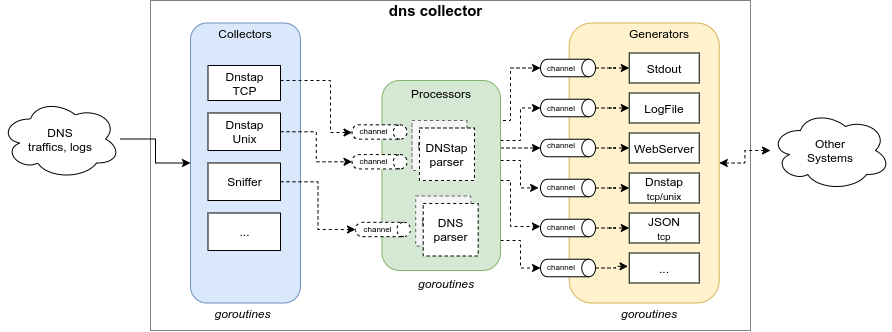
dmachard/go-dnscollector keeps this draw.io diagram as doc/overview.png. Above is the earlier version. Source tidied: cells renumbered, new cells last; positions are measured from the earlier drawing's top-left corner, leaving out a move shared by most shapes.
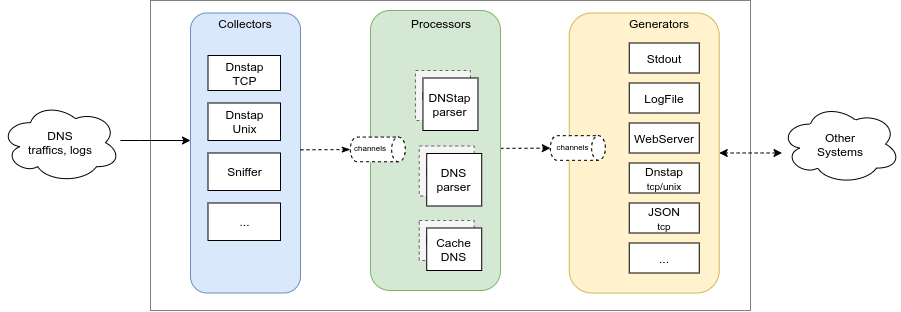
After the change.

Change to the diagram source:
```diff
@@ -3,11 +3,8 @@
     <mxCell id="0" />
     <mxCell id="1" parent="0" />
     <mxCell id="2" style="rounded=0;whiteSpace=wrap;html=1;dashed=1;dashPattern=1 1;" parent="1" vertex="1">
-      <mxGeometry x="150" width="600" height="330" as="geometry" />
+      <mxGeometry x="150" y="10" width="600" height="310" as="geometry" />
     </mxCell>
-    <mxCell id="3" value="&lt;b style=&quot;font-size: 15px&quot;&gt;dns collector&lt;/b&gt;" style="text;html=1;strokeColor=none;fillColor=none;align=center;verticalAlign=middle;whiteSpace=wrap;rounded=0;" parent="1" vertex="1">
-      <mxGeometry x="378" width="115" height="20" as="geometry" />
-    </mxCell>
     <mxCell id="4" style="rounded=1;whiteSpace=wrap;html=1;fillColor=#dae8fc;strokeColor=#6c8ebf;" parent="1" vertex="1">
       <mxGeometry x="190" y="22.5" width="110" height="280" as="geometry" />
     </mxCell>
@@ -36,16 +33,25 @@
       <mxGeometry x="628.8" y="172.5" width="70" height="30" as="geometry" />
     </mxCell>
     <mxCell id="13" style="edgeStyle=orthogonalEdgeStyle;rounded=0;jettySize=auto;html=1;" parent="1" edge="1" source="14" target="4">
-      <mxGeometry relative="1" as="geometry" />
+      <mxGeometry relative="1" as="geometry">
+        <Array as="points">
+          <mxPoint x="140" y="150" />
+          <mxPoint x="140" y="150" />
+        </Array>
+      </mxGeometry>
     </mxCell>
     <mxCell id="14" value="DNS&lt;br&gt;traffics, logs" style="ellipse;shape=cloud;whiteSpace=wrap;html=1;" parent="1" vertex="1">
-      <mxGeometry y="98.5" width="120" height="80" as="geometry" />
+      <mxGeometry y="112.2" width="120" height="80" as="geometry" />
     </mxCell>
     <mxCell id="15" style="edgeStyle=orthogonalEdgeStyle;rounded=0;jettySize=auto;html=1;entryX=1;entryY=0.5;entryDx=0;entryDy=0;startArrow=classic;startFill=1;dashed=1;" parent="1" edge="1" source="16" target="6">
-      <mxGeometry relative="1" as="geometry" />
+      <mxGeometry relative="1" as="geometry">
+        <Array as="points">
+          <mxPoint x="754" y="163" />
+        </Array>
+      </mxGeometry>
     </mxCell>
     <mxCell id="16" value="Other&lt;br&gt;Systems" style="ellipse;shape=cloud;whiteSpace=wrap;html=1;" parent="1" vertex="1">
-      <mxGeometry x="770" y="110" width="120" height="80" as="geometry" />
+      <mxGeometry x="780" y="113.6" width="120" height="80" as="geometry" />
     </mxCell>
     <mxCell id="17" value="..." style="rounded=0;whiteSpace=wrap;html=1;" parent="1" vertex="1">
       <mxGeometry x="628.8" y="252.5" width="70" height="30" as="geometry" />
@@ -53,197 +59,73 @@
     <mxCell id="18" value="JSON&lt;br&gt;&lt;font style=&quot;font-size: 10px&quot;&gt;tcp&lt;/font&gt;" style="rounded=0;whiteSpace=wrap;html=1;" parent="1" vertex="1">
       <mxGeometry x="628.8" y="212.5" width="70" height="30" as="geometry" />
     </mxCell>
-    <mxCell id="19" style="edgeStyle=orthogonalEdgeStyle;rounded=0;jettySize=auto;html=1;entryX=0.5;entryY=1;entryDx=0;entryDy=0;entryPerimeter=0;dashed=1;" parent="1" edge="1" source="25" target="35">
+    <mxCell id="19" style="edgeStyle=orthogonalEdgeStyle;rounded=0;jettySize=auto;html=1;dashed=1;" parent="1" edge="1" target="74">
       <mxGeometry relative="1" as="geometry">
+        <mxPoint x="500" y="157.8" as="sourcePoint" />
         <Array as="points">
-          <mxPoint x="520" y="140" />
-          <mxPoint x="520" y="108" />
+          <mxPoint x="520" y="157.8" />
+          <mxPoint x="520" y="157.8" />
         </Array>
       </mxGeometry>
     </mxCell>
-    <mxCell id="20" style="edgeStyle=orthogonalEdgeStyle;rounded=0;jettySize=auto;html=1;entryX=0.495;entryY=1.035;entryDx=0;entryDy=0;entryPerimeter=0;dashed=1;" parent="1" edge="1" source="25" target="39">
-      <mxGeometry relative="1" as="geometry">
-        <Array as="points">
-          <mxPoint x="520" y="160" />
-          <mxPoint x="520" y="187" />
-        </Array>
-      </mxGeometry>
-    </mxCell>
-    <mxCell id="21" style="edgeStyle=orthogonalEdgeStyle;rounded=0;jettySize=auto;html=1;entryX=0.5;entryY=1;entryDx=0;entryDy=0;entryPerimeter=0;dashed=1;" parent="1" edge="1" source="25" target="37">
-      <mxGeometry relative="1" as="geometry">
-        <Array as="points">
-          <mxPoint x="518" y="148" />
-        </Array>
-      </mxGeometry>
-    </mxCell>
-    <mxCell id="22" style="edgeStyle=orthogonalEdgeStyle;rounded=0;jettySize=auto;html=1;entryX=0.5;entryY=1;entryDx=0;entryDy=0;entryPerimeter=0;dashed=1;" parent="1" edge="1" source="25" target="43">
-      <mxGeometry relative="1" as="geometry">
-        <Array as="points">
-          <mxPoint x="520" y="240" />
-          <mxPoint x="520" y="268" />
-        </Array>
-      </mxGeometry>
-    </mxCell>
-    <mxCell id="23" style="edgeStyle=orthogonalEdgeStyle;rounded=0;jettySize=auto;html=1;entryX=0.416;entryY=1.001;entryDx=0;entryDy=0;entryPerimeter=0;dashed=1;" parent="1" edge="1" source="25" target="41">
-      <mxGeometry relative="1" as="geometry">
-        <Array as="points">
-          <mxPoint x="510" y="180" />
-          <mxPoint x="510" y="226" />
-        </Array>
-      </mxGeometry>
-    </mxCell>
-    <mxCell id="24" style="edgeStyle=orthogonalEdgeStyle;rounded=0;jettySize=auto;html=1;entryX=0.5;entryY=1;entryDx=0;entryDy=0;entryPerimeter=0;dashed=1;startArrow=none;exitX=1;exitY=0.25;exitDx=0;exitDy=0;" parent="1" edge="1" source="25" target="32">
-      <mxGeometry relative="1" as="geometry">
-        <Array as="points">
-          <mxPoint x="490" y="120" />
-          <mxPoint x="510" y="120" />
-          <mxPoint x="510" y="68" />
-        </Array>
-      </mxGeometry>
-    </mxCell>
     <mxCell id="25" style="rounded=1;whiteSpace=wrap;html=1;fillColor=#d5e8d4;strokeColor=#82b366;" parent="1" vertex="1">
-      <mxGeometry x="381.5" y="80" width="118.5" height="190" as="geometry" />
+      <mxGeometry x="370" y="20" width="130" height="280" as="geometry" />
     </mxCell>
     <mxCell id="26" value="Processors" style="text;html=1;strokeColor=none;fillColor=none;align=center;verticalAlign=middle;whiteSpace=wrap;rounded=0;" parent="1" vertex="1">
-      <mxGeometry x="420.7" y="82.5" width="40" height="20" as="geometry" />
+      <mxGeometry x="420.7" y="22.5" width="40" height="20" as="geometry" />
     </mxCell>
     <mxCell id="27" value="DNStap" style="rounded=0;whiteSpace=wrap;html=1;fillColor=#f5f5f5;strokeColor=#666666;fontColor=#333333;dashed=1;" parent="1" vertex="1">
-      <mxGeometry x="411.5" y="120" width="55" height="50" as="geometry" />
+      <mxGeometry x="415" y="80" width="55" height="50" as="geometry" />
     </mxCell>
-    <mxCell id="28" style="edgeStyle=orthogonalEdgeStyle;rounded=0;jettySize=auto;html=1;entryX=0.5;entryY=1;entryDx=0;entryDy=0;entryPerimeter=0;dashed=1;" parent="1" edge="1" source="29" target="60">
-      <mxGeometry relative="1" as="geometry" />
-    </mxCell>
     <mxCell id="29" value="Dnstap&lt;br&gt;Unix" style="rounded=0;whiteSpace=wrap;html=1;" parent="1" vertex="1">
       <mxGeometry x="207.5" y="112.5" width="72.5" height="37.5" as="geometry" />
     </mxCell>
-    <mxCell id="30" style="group;" parent="1" vertex="1">
-      <mxGeometry x="540" y="58.5" width="55" height="17.8" as="geometry" />
-    </mxCell>
-    <mxCell id="31" style="group;" parent="30" vertex="1">
-      <mxGeometry width="55" height="17.8" as="geometry" />
-    </mxCell>
-    <mxCell id="32" style="shape=cylinder3;whiteSpace=wrap;html=1;boundedLbl=1;backgroundOutline=1;size=6.85714285714289;rotation=90;" parent="31" vertex="1">
-      <mxGeometry x="18.8" y="-18.5" width="17.5" height="55" as="geometry" />
-    </mxCell>
-    <mxCell id="33" value="&lt;font style=&quot;font-size: 8px&quot;&gt;channel&lt;/font&gt;" style="text;html=1;strokeColor=none;fillColor=none;align=center;verticalAlign=middle;whiteSpace=wrap;rounded=0;" parent="31" vertex="1">
-      <mxGeometry x="5.8" width="30.5" height="14" as="geometry" />
-    </mxCell>
-    <mxCell id="34" style="edgeStyle=orthogonalEdgeStyle;rounded=0;jettySize=auto;html=1;entryX=0;entryY=0.5;entryDx=0;entryDy=0;dashed=1;" parent="1" edge="1" source="35" target="10">
-      <mxGeometry relative="1" as="geometry" />
-    </mxCell>
-    <mxCell id="35" style="shape=cylinder3;whiteSpace=wrap;html=1;boundedLbl=1;backgroundOutline=1;size=6.85714285714289;rotation=90;" parent="1" vertex="1">
-      <mxGeometry x="558.8" y="80" width="17.5" height="55" as="geometry" />
-    </mxCell>
-    <mxCell id="36" style="edgeStyle=orthogonalEdgeStyle;rounded=0;jettySize=auto;html=1;entryX=0;entryY=0.5;entryDx=0;entryDy=0;dashed=1;" parent="1" edge="1" source="37" target="11">
-      <mxGeometry relative="1" as="geometry" />
-    </mxCell>
-    <mxCell id="37" style="shape=cylinder3;whiteSpace=wrap;html=1;boundedLbl=1;backgroundOutline=1;size=6.85714285714289;rotation=90;" parent="1" vertex="1">
-      <mxGeometry x="558.8" y="120" width="17.5" height="55" as="geometry" />
-    </mxCell>
-    <mxCell id="38" style="edgeStyle=orthogonalEdgeStyle;rounded=0;jettySize=auto;html=1;entryX=0;entryY=0.5;entryDx=0;entryDy=0;dashed=1;" parent="1" edge="1" source="39" target="12">
-      <mxGeometry relative="1" as="geometry" />
-    </mxCell>
-    <mxCell id="39" style="shape=cylinder3;whiteSpace=wrap;html=1;boundedLbl=1;backgroundOutline=1;size=6.85714285714289;rotation=90;" parent="1" vertex="1">
-      <mxGeometry x="558.8" y="160" width="17.5" height="55" as="geometry" />
-    </mxCell>
-    <mxCell id="40" style="edgeStyle=orthogonalEdgeStyle;rounded=0;jettySize=auto;html=1;entryX=0;entryY=0.5;entryDx=0;entryDy=0;dashed=1;" parent="1" edge="1" source="41" target="18">
-      <mxGeometry relative="1" as="geometry" />
-    </mxCell>
-    <mxCell id="41" style="shape=cylinder3;whiteSpace=wrap;html=1;boundedLbl=1;backgroundOutline=1;size=6.85714285714289;rotation=90;" parent="1" vertex="1">
-      <mxGeometry x="558.8" y="200" width="17.5" height="55" as="geometry" />
-    </mxCell>
-    <mxCell id="42" style="edgeStyle=orthogonalEdgeStyle;rounded=0;jettySize=auto;html=1;entryX=-0.018;entryY=0.444;entryDx=0;entryDy=0;entryPerimeter=0;dashed=1;" parent="1" edge="1" source="43" target="17">
-      <mxGeometry relative="1" as="geometry" />
-    </mxCell>
-    <mxCell id="43" style="shape=cylinder3;whiteSpace=wrap;html=1;boundedLbl=1;backgroundOutline=1;size=6.85714285714289;rotation=90;" parent="1" vertex="1">
-      <mxGeometry x="558.8" y="240" width="17.5" height="55" as="geometry" />
-    </mxCell>
-    <mxCell id="44" value="&lt;font style=&quot;font-size: 8px&quot;&gt;channel&lt;/font&gt;" style="text;html=1;strokeColor=none;fillColor=none;align=center;verticalAlign=middle;whiteSpace=wrap;rounded=0;" parent="1" vertex="1">
-      <mxGeometry x="545.8" y="98.5" width="30.5" height="14" as="geometry" />
-    </mxCell>
-    <mxCell id="45" value="&lt;font style=&quot;font-size: 8px&quot;&gt;channel&lt;/font&gt;" style="text;html=1;strokeColor=none;fillColor=none;align=center;verticalAlign=middle;whiteSpace=wrap;rounded=0;" parent="1" vertex="1">
-      <mxGeometry x="545.8" y="136" width="30.5" height="14" as="geometry" />
-    </mxCell>
-    <mxCell id="46" value="&lt;font style=&quot;font-size: 8px&quot;&gt;channel&lt;/font&gt;" style="text;html=1;strokeColor=none;fillColor=none;align=center;verticalAlign=middle;whiteSpace=wrap;rounded=0;" parent="1" vertex="1">
-      <mxGeometry x="545.8" y="178.5" width="30.5" height="14" as="geometry" />
-    </mxCell>
-    <mxCell id="47" value="&lt;font style=&quot;font-size: 8px&quot;&gt;channel&lt;/font&gt;" style="text;html=1;strokeColor=none;fillColor=none;align=center;verticalAlign=middle;whiteSpace=wrap;rounded=0;" parent="1" vertex="1">
-      <mxGeometry x="545.8" y="218.5" width="30.5" height="14" as="geometry" />
-    </mxCell>
-    <mxCell id="48" value="&lt;font style=&quot;font-size: 8px&quot;&gt;channel&lt;/font&gt;" style="text;html=1;strokeColor=none;fillColor=none;align=center;verticalAlign=middle;whiteSpace=wrap;rounded=0;" parent="1" vertex="1">
-      <mxGeometry x="545.8" y="258.5" width="30.5" height="14" as="geometry" />
-    </mxCell>
-    <mxCell id="49" style="group;" parent="1" vertex="1">
-      <mxGeometry x="356.5" y="122.5" width="45" height="17.8" as="geometry" />
-    </mxCell>
-    <mxCell id="50" style="group;" parent="49" vertex="1">
-      <mxGeometry width="45" height="17.8" as="geometry" />
-    </mxCell>
-    <mxCell id="51" style="shape=cylinder3;whiteSpace=wrap;html=1;boundedLbl=1;backgroundOutline=1;size=6.85714285714289;rotation=90;dashed=1;" parent="50" vertex="1">
-      <mxGeometry x="15.3" y="-18.5" width="14.3" height="55" as="geometry" />
-    </mxCell>
-    <mxCell id="52" value="&lt;font style=&quot;font-size: 8px&quot;&gt;channel&lt;/font&gt;" style="text;html=1;strokeColor=none;fillColor=none;align=center;verticalAlign=middle;whiteSpace=wrap;rounded=0;" parent="50" vertex="1">
-      <mxGeometry x="4.7" width="25" height="14" as="geometry" />
-    </mxCell>
-    <mxCell id="53" value="DNStap&lt;br&gt;parser" style="rounded=0;whiteSpace=wrap;html=1;dashed=1;" parent="1" vertex="1">
-      <mxGeometry x="419" y="127.5" width="55" height="52.5" as="geometry" />
+    <mxCell id="53" value="DNStap&lt;br&gt;parser" style="rounded=0;whiteSpace=wrap;html=1;" parent="1" vertex="1">
+      <mxGeometry x="422.5" y="87.5" width="55" height="52.5" as="geometry" />
     </mxCell>
-    <mxCell id="54" style="edgeStyle=orthogonalEdgeStyle;rounded=0;jettySize=auto;html=1;entryX=0.5;entryY=1;entryDx=0;entryDy=0;dashed=1;entryPerimeter=0;" parent="1" edge="1" source="8" target="51">
-      <mxGeometry relative="1" as="geometry">
-        <Array as="points">
-          <mxPoint x="330" y="80" />
-          <mxPoint x="330" y="132" />
-          <mxPoint x="351" y="132" />
-        </Array>
-      </mxGeometry>
-    </mxCell>
-    <mxCell id="55" value="&lt;i&gt;goroutines&lt;/i&gt;" style="text;html=1;strokeColor=none;fillColor=none;align=center;verticalAlign=middle;whiteSpace=wrap;rounded=0;" parent="1" vertex="1">
-      <mxGeometry x="225" y="302.5" width="35" height="20" as="geometry" />
-    </mxCell>
-    <mxCell id="56" value="&lt;i&gt;goroutines&lt;/i&gt;" style="text;html=1;strokeColor=none;fillColor=none;align=center;verticalAlign=middle;whiteSpace=wrap;rounded=0;" parent="1" vertex="1">
-      <mxGeometry x="628.8" y="302.5" width="40" height="20" as="geometry" />
-    </mxCell>
-    <mxCell id="57" value="&lt;i&gt;goroutines&lt;/i&gt;" style="text;html=1;strokeColor=none;fillColor=none;align=center;verticalAlign=middle;whiteSpace=wrap;rounded=0;" parent="1" vertex="1">
-      <mxGeometry x="426.5" y="272.5" width="40" height="20" as="geometry" />
-    </mxCell>
-    <mxCell id="58" style="group;" parent="1" vertex="1">
-      <mxGeometry x="356.5" y="152.2" width="45" height="17.8" as="geometry" />
-    </mxCell>
-    <mxCell id="59" style="group;" parent="58" vertex="1">
-      <mxGeometry width="45" height="17.8" as="geometry" />
-    </mxCell>
-    <mxCell id="60" style="shape=cylinder3;whiteSpace=wrap;html=1;boundedLbl=1;backgroundOutline=1;size=6.85714285714289;rotation=90;dashed=1;" parent="59" vertex="1">
-      <mxGeometry x="15.3" y="-18.5" width="14.3" height="55" as="geometry" />
-    </mxCell>
-    <mxCell id="61" value="&lt;font style=&quot;font-size: 8px&quot;&gt;channel&lt;/font&gt;" style="text;html=1;strokeColor=none;fillColor=none;align=center;verticalAlign=middle;whiteSpace=wrap;rounded=0;" parent="59" vertex="1">
-      <mxGeometry x="4.7" width="25" height="14" as="geometry" />
-    </mxCell>
     <mxCell id="62" value="Sniffer" style="rounded=0;whiteSpace=wrap;html=1;" parent="1" vertex="1">
       <mxGeometry x="207.5" y="162.5" width="72.5" height="37.5" as="geometry" />
     </mxCell>
-    <mxCell id="63" style="edgeStyle=orthogonalEdgeStyle;rounded=0;jettySize=auto;html=1;entryX=0;entryY=0.5;entryDx=0;entryDy=0;dashed=1;" parent="1" edge="1" source="32" target="9">
-      <mxGeometry relative="1" as="geometry" />
-    </mxCell>
     <mxCell id="64" value="..." style="rounded=0;whiteSpace=wrap;html=1;" parent="1" vertex="1">
       <mxGeometry x="207.5" y="212.5" width="72.5" height="37.5" as="geometry" />
     </mxCell>
     <mxCell id="65" value="DNStap" style="rounded=0;whiteSpace=wrap;html=1;fillColor=#f5f5f5;strokeColor=#666666;fontColor=#333333;dashed=1;" parent="1" vertex="1">
-      <mxGeometry x="415.2" y="195.5" width="55" height="50" as="geometry" />
+      <mxGeometry x="418.7" y="155.5" width="55" height="50" as="geometry" />
     </mxCell>
-    <mxCell id="66" value="DNS&lt;br&gt;parser" style="rounded=0;whiteSpace=wrap;html=1;dashed=1;" parent="1" vertex="1">
-      <mxGeometry x="422.7" y="203" width="55" height="52.5" as="geometry" />
+    <mxCell id="66" value="DNS&lt;br&gt;parser" style="rounded=0;whiteSpace=wrap;html=1;" parent="1" vertex="1">
+      <mxGeometry x="426.2" y="163" width="55" height="52.5" as="geometry" />
     </mxCell>
+    <mxCell id="70" style="edgeStyle=orthogonalEdgeStyle;rounded=0;jettySize=auto;html=1;dashed=1;endArrow=classicThin;endFill=1;" parent="1" edge="1" target="68">
+      <mxGeometry relative="1" as="geometry">
+        <mxPoint x="300" y="159.3" as="sourcePoint" />
+        <Array as="points">
+          <mxPoint x="301" y="159.2" />
+        </Array>
+      </mxGeometry>
+    </mxCell>
+    <mxCell id="71" value="DNStap" style="rounded=0;whiteSpace=wrap;html=1;fillColor=#f5f5f5;strokeColor=#666666;fontColor=#333333;dashed=1;" parent="1" vertex="1">
+      <mxGeometry x="418.7" y="230" width="55" height="40" as="geometry" />
+    </mxCell>
+    <mxCell id="72" value="Cache&lt;br&gt;DNS" style="rounded=0;whiteSpace=wrap;html=1;" parent="1" vertex="1">
+      <mxGeometry x="426.2" y="237.5" width="55" height="42.5" as="geometry" />
+    </mxCell>
     <mxCell id="67" style="group;" parent="1" vertex="1">
-      <mxGeometry x="360" y="220" width="45" height="17.8" as="geometry" />
+      <mxGeometry x="360" y="151.9" width="45" height="41.7" as="geometry" />
     </mxCell>
     <mxCell id="68" style="shape=cylinder3;whiteSpace=wrap;html=1;boundedLbl=1;backgroundOutline=1;size=6.85714285714289;rotation=90;dashed=1;" parent="67" vertex="1">
-      <mxGeometry x="15.3" y="-18.5" width="14.3" height="55" as="geometry" />
+      <mxGeometry x="5" y="-20.5" width="24.7" height="55" as="geometry" />
     </mxCell>
-    <mxCell id="69" value="&lt;font style=&quot;font-size: 8px&quot;&gt;channel&lt;/font&gt;" style="text;html=1;strokeColor=none;fillColor=none;align=center;verticalAlign=middle;whiteSpace=wrap;rounded=0;" parent="67" vertex="1">
-      <mxGeometry x="4.7" width="25" height="14" as="geometry" />
+    <mxCell id="69" value="&lt;font style=&quot;font-size: 8px&quot;&gt;channels&lt;/font&gt;" style="text;html=1;strokeColor=none;fillColor=none;align=center;verticalAlign=middle;whiteSpace=wrap;rounded=0;" parent="67" vertex="1">
+      <mxGeometry y="-3" width="20" height="14" as="geometry" />
     </mxCell>
-    <mxCell id="70" style="edgeStyle=orthogonalEdgeStyle;rounded=0;jettySize=auto;html=1;entryX=0.5;entryY=1;entryDx=0;entryDy=0;entryPerimeter=0;dashed=1;exitX=1;exitY=0.5;exitDx=0;exitDy=0;" parent="1" edge="1" source="62" target="68">
-      <mxGeometry relative="1" as="geometry" />
-    </mxCell>
+    <mxCell id="73" style="group;" parent="1" vertex="1">
+      <mxGeometry x="560" y="150.5" width="45" height="41.7" as="geometry" />
+    </mxCell>
+    <mxCell id="74" style="shape=cylinder3;whiteSpace=wrap;html=1;boundedLbl=1;backgroundOutline=1;size=6.85714285714289;rotation=90;dashed=1;" parent="73" vertex="1">
+      <mxGeometry x="5" y="-20.5" width="24.7" height="55" as="geometry" />
+    </mxCell>
+    <mxCell id="75" value="&lt;font style=&quot;font-size: 8px&quot;&gt;channels&lt;/font&gt;" style="text;html=1;strokeColor=none;fillColor=none;align=center;verticalAlign=middle;whiteSpace=wrap;rounded=0;" parent="73" vertex="1">
+      <mxGeometry y="-3" width="25" height="14" as="geometry" />
+    </mxCell>
   </root>
 </mxGraphModel>
```
